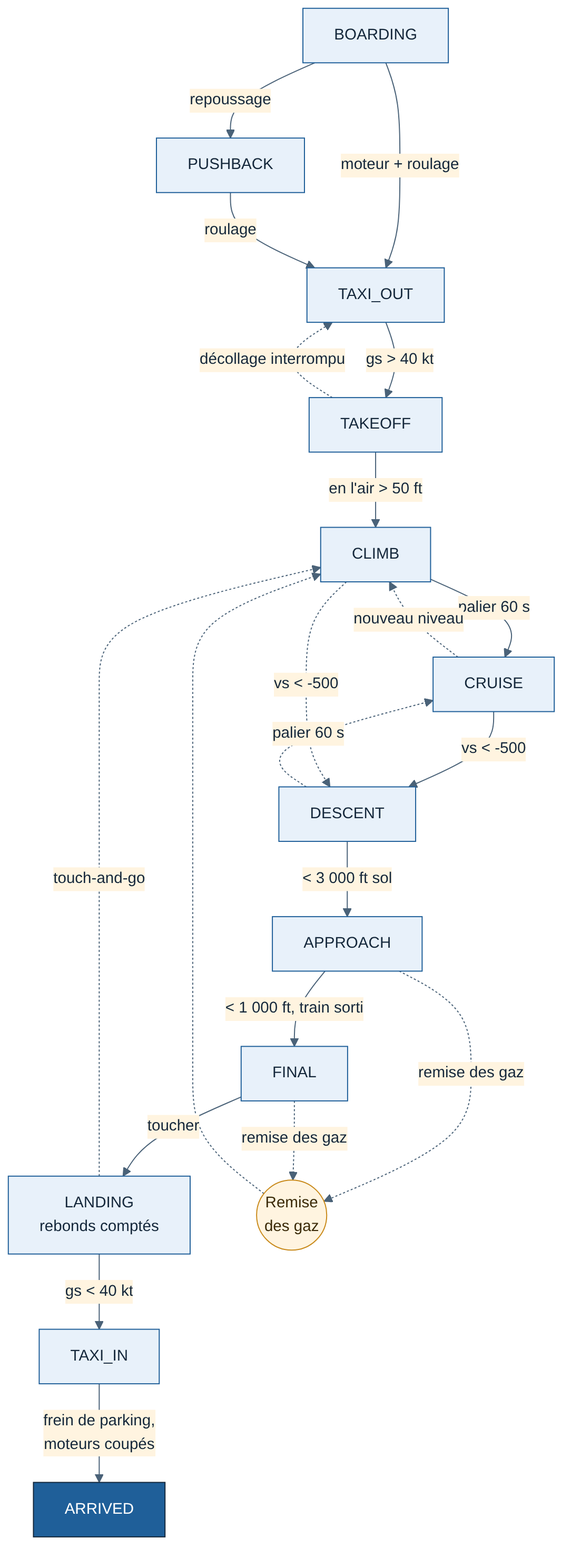
The Mermaid diagram docs/schemas/img/tracker-phases.png in tetardo/weems, before a commit. Its source is kept beside it as docs/schemas/tracker-phases.mmd.
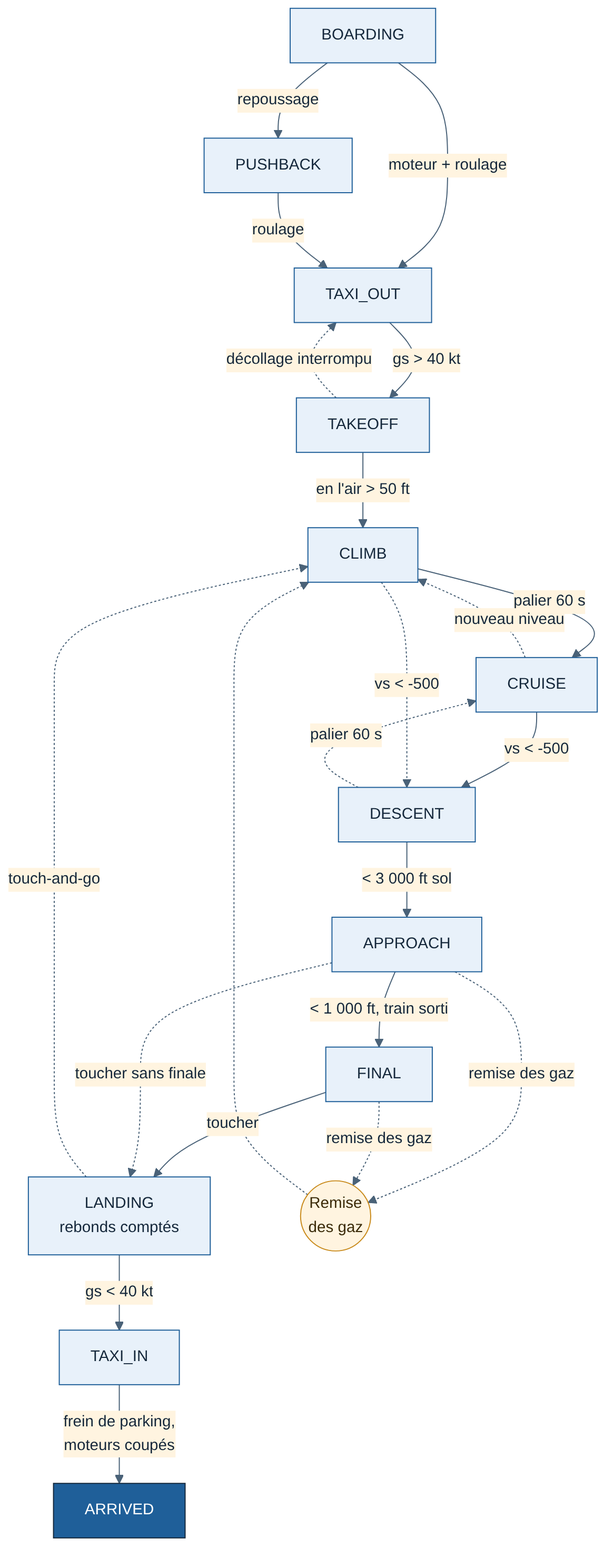
The same file after the commit.

What changed in the source:
```diff
@@ -13,6 +13,7 @@
   DESCENT --> |"< 3 000 ft sol"| APPROACH
   APPROACH --> |"< 1 000 ft, train sorti"| FINAL
   FINAL --> |toucher| LANDING["LANDING<br/>rebonds comptés"]
+  APPROACH -. "toucher sans finale" .-> LANDING
   APPROACH -. "remise des gaz" .-> GA(("Remise<br/>des gaz"))
   FINAL -. "remise des gaz" .-> GA
   GA -.-> CLIMB
```
